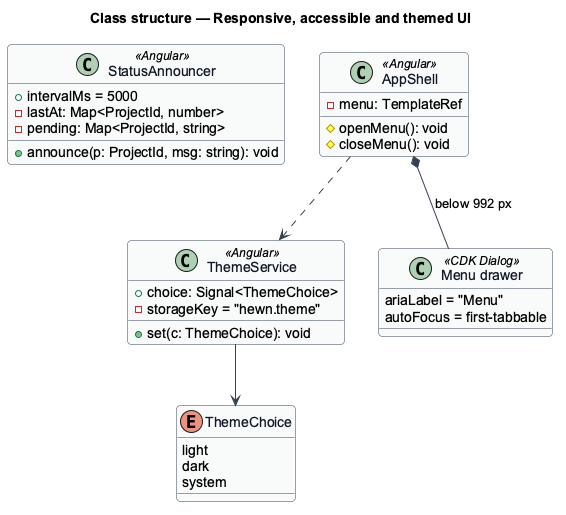
The PlantUML diagram docs/detailed-designs/mission-control/responsive-accessible-ui/diagrams/class-structure.png in QuinntyneBrown/hewn, before a commit.
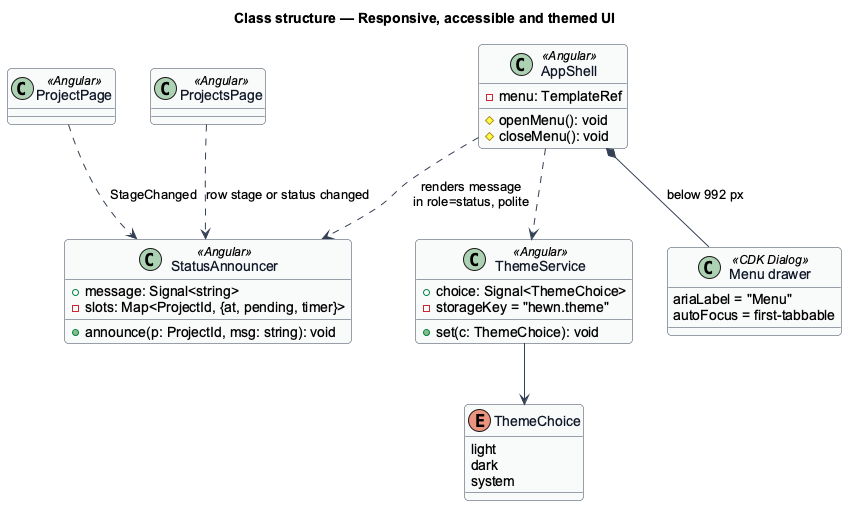
After the commit.

Change to the diagram source:
```diff
@@ -12,11 +12,12 @@
 title Class structure — Responsive, accessible and themed UI
 
 class StatusAnnouncer <<Angular>> {
-  +intervalMs = 5000
+  +message: Signal<string>
   +announce(p: ProjectId, msg: string): void
-  -lastAt: Map<ProjectId, number>
-  -pending: Map<ProjectId, string>
+  -slots: Map<ProjectId, {at, pending, timer}>
 }
+class ProjectPage <<Angular>>
+class ProjectsPage <<Angular>>
 enum ThemeChoice {
   light
   dark
@@ -39,4 +40,7 @@
 ThemeService --> ThemeChoice
 AppShell *-- MenuDrawer : below 992 px
 AppShell ..> ThemeService
+AppShell ..> StatusAnnouncer : renders message\nin role=status, polite
+ProjectPage ..> StatusAnnouncer : StageChanged
+ProjectsPage ..> StatusAnnouncer : row stage or status changed
 @enduml
```
